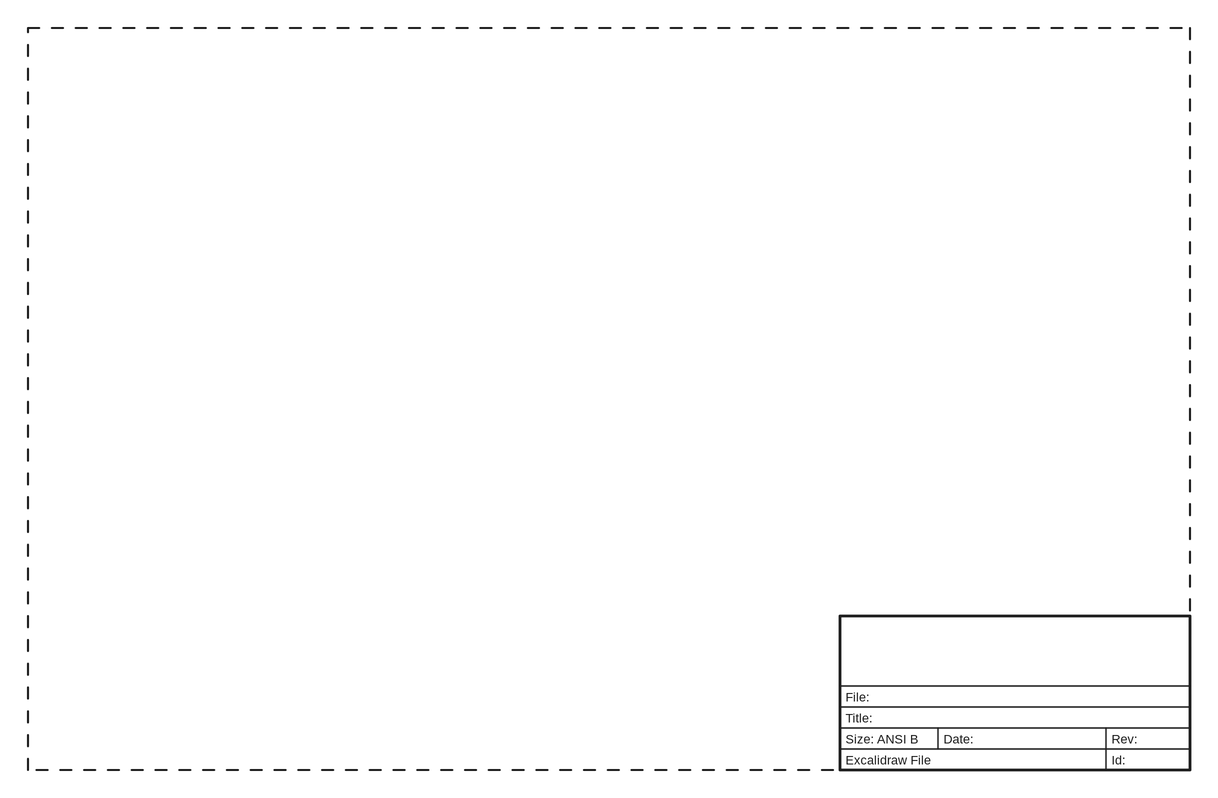
Earlier version of the Excalidraw export resources/architecture.excalidraw.svg (shreypatel1/stinger-software). Source tidied: one line per element, renumbered; positions are measured from the earlier drawing's top-left corner, leaving out a move shared by most shapes.
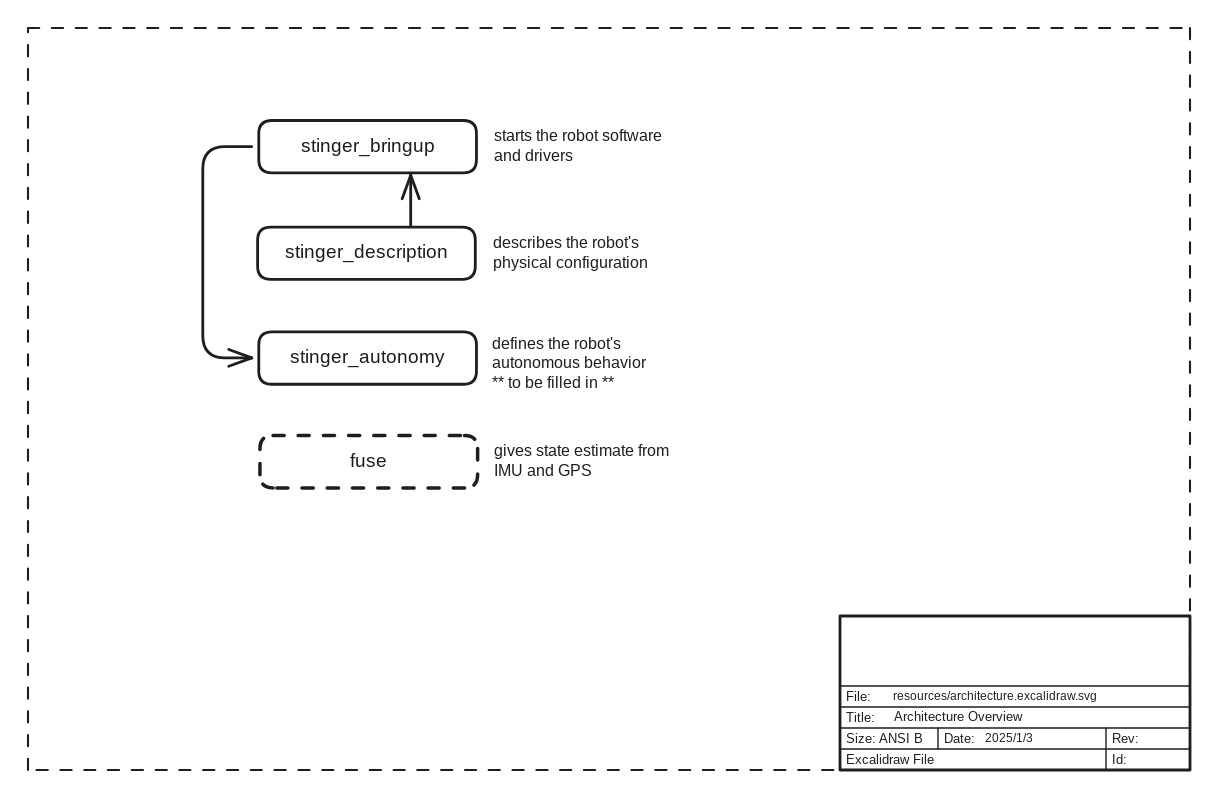
The same file after the commit.

The edit, as a diff of the source:
```diff
@@ -1,16 +1,33 @@
 {"id": 0, "type": "rectangle", "strokeColor": "transparent", "backgroundColor": "#ffffff", "fillStyle": "solid", "strokeWidth": 1, "roughness": 0, "x": 0, "y": 0, "width": 850, "height": 550}
 {"id": 1, "type": "rectangle", "strokeColor": "#1e1e1e", "backgroundColor": "#ffffff", "fillStyle": "solid", "strokeWidth": 1, "strokeStyle": "dashed", "roughness": 0, "x": 10, "y": 10, "width": 830, "height": 530}
 {"id": 2, "type": "rectangle", "strokeColor": "#1e1e1e", "backgroundColor": "#ffffff", "fillStyle": "solid", "strokeWidth": 2, "roughness": 0, "x": 590, "y": 430, "width": 250, "height": 110}
-{"id": 3, "type": "line", "strokeColor": "#1e1e1e", "backgroundColor": "#ffffff", "fillStyle": "solid", "strokeWidth": 1, "roughness": 0, "x": 590, "y": 480, "width": 250, "height": 1, "points": [[0, 0], [250, 0]]}
+{"id": 3, "type": "line", "strokeColor": "#1e1e1e", "backgroundColor": "#ffffff", "fillStyle": "solid", "strokeWidth": 1, "roughness": 0, "x": 590, "y": 480, "width": 250, "height": 0, "points": [[0, 0], [250, 0]]}
-{"id": 4, "type": "line", "strokeColor": "#1e1e1e", "backgroundColor": "#ffffff", "fillStyle": "solid", "strokeWidth": 1, "roughness": 0, "x": 590, "y": 495, "width": 250, "height": 1, "points": [[0, 0], [250, 0]]}
+{"id": 4, "type": "line", "strokeColor": "#1e1e1e", "backgroundColor": "#ffffff", "fillStyle": "solid", "strokeWidth": 1, "roughness": 0, "x": 590, "y": 495, "width": 250, "height": 0, "points": [[0, 0], [250, 0]]}
 {"id": 5, "type": "line", "strokeColor": "#1e1e1e", "backgroundColor": "#ffffff", "fillStyle": "solid", "strokeWidth": 1, "roughness": 0, "x": 590, "y": 510, "width": 250, "height": 0, "points": [[0, 0], [250, 0]]}
 {"id": 6, "type": "line", "strokeColor": "#1e1e1e", "backgroundColor": "#ffffff", "fillStyle": "solid", "strokeWidth": 1, "roughness": 0, "x": 590, "y": 525, "width": 250, "height": 0, "points": [[0, 0], [250, 0]]}
 {"id": 7, "type": "text", "text": "File:", "strokeColor": "#1e1e1e", "backgroundColor": "#ffffff", "fillStyle": "solid", "strokeWidth": 1, "roughness": 0, "fontSize": 9, "fontFamily": 6, "x": 594, "y": 482, "width": 21, "height": 12}
 {"id": 8, "type": "text", "text": "Title:", "strokeColor": "#1e1e1e", "backgroundColor": "#ffffff", "fillStyle": "solid", "strokeWidth": 1, "roughness": 0, "fontSize": 9, "fontFamily": 6, "x": 594, "y": 497, "width": 21, "height": 12}
 {"id": 9, "type": "text", "text": "Size: ANSI B", "strokeColor": "#1e1e1e", "backgroundColor": "#ffffff", "fillStyle": "solid", "strokeWidth": 1, "roughness": 0, "fontSize": 9, "fontFamily": 6, "x": 594, "y": 512, "width": 53, "height": 12}
 {"id": 10, "type": "text", "text": "Excalidraw File", "strokeColor": "#1e1e1e", "backgroundColor": "#ffffff", "fillStyle": "solid", "strokeWidth": 1, "roughness": 0, "fontSize": 9, "fontFamily": 6, "x": 594, "y": 527, "width": 110, "height": 12}
-{"id": 11, "type": "line", "strokeColor": "#1e1e1e", "backgroundColor": "#ffffff", "fillStyle": "solid", "strokeWidth": 1, "roughness": 0, "x": 660, "y": 510, "width": 1, "height": 15, "points": [[0, 0], [0, 15]]}
+{"id": 11, "type": "line", "strokeColor": "#1e1e1e", "backgroundColor": "#ffffff", "fillStyle": "solid", "strokeWidth": 1, "roughness": 0, "x": 660, "y": 510, "width": 0, "height": 15, "points": [[0, 0], [0, 15]]}
-{"id": 12, "type": "line", "strokeColor": "#1e1e1e", "backgroundColor": "#ffffff", "fillStyle": "solid", "strokeWidth": 1, "roughness": 0, "x": 780, "y": 510, "width": 1, "height": 30, "points": [[0, 0], [0, 30]]}
+{"id": 12, "type": "line", "strokeColor": "#1e1e1e", "backgroundColor": "#ffffff", "fillStyle": "solid", "strokeWidth": 1, "roughness": 0, "x": 780, "y": 510, "width": 0, "height": 30, "points": [[0, 0], [0, 30]]}
 {"id": 13, "type": "text", "text": "Date:", "strokeColor": "#1e1e1e", "backgroundColor": "#ffffff", "fillStyle": "solid", "strokeWidth": 1, "roughness": 0, "fontSize": 9, "fontFamily": 6, "x": 664, "y": 512, "width": 77, "height": 12}
 {"id": 14, "type": "text", "text": "Rev:", "strokeColor": "#1e1e1e", "backgroundColor": "#ffffff", "fillStyle": "solid", "strokeWidth": 1, "roughness": 0, "fontSize": 9, "fontFamily": 6, "x": 784, "y": 512, "width": 18, "height": 12}
 {"id": 15, "type": "text", "text": "Id:", "strokeColor": "#1e1e1e", "backgroundColor": "#ffffff", "fillStyle": "solid", "strokeWidth": 1, "roughness": 0, "fontSize": 9, "fontFamily": 6, "x": 784, "y": 527, "width": 18, "height": 12}
+{"id": 16, "type": "text", "text": "Architecture Overview", "strokeColor": "#1e1e1e", "strokeWidth": 2, "roughness": 1, "fontSize": 9.22, "fontFamily": 8, "x": 628, "y": 497, "width": 107, "height": 12}
+{"id": 17, "type": "text", "text": "resources/architecture.excalidraw.svg", "strokeColor": "#1e1e1e", "strokeWidth": 2, "roughness": 1, "fontSize": 8.73, "fontFamily": 8, "x": 628, "y": 483, "width": 177, "height": 11}
+{"id": 18, "type": "text", "text": "2025/1/3", "strokeColor": "#1e1e1e", "strokeWidth": 2, "roughness": 1, "fontSize": 8.62, "fontFamily": 8, "x": 694, "y": 512, "width": 38, "height": 11}
+{"id": 19, "type": "rectangle", "strokeColor": "#1e1e1e", "strokeWidth": 2, "roughness": 0, "round": true, "x": 175, "y": 76, "width": 155, "height": 37}
+{"id": 20, "type": "text", "text": "stinger_bringup", "strokeColor": "#1e1e1e", "strokeWidth": 2, "roughness": 0, "fontSize": 13.85, "fontFamily": 8, "textAlign": "center", "verticalAlign": "middle", "inside": 19, "x": 195, "y": 86, "width": 114, "height": 17}
+{"id": 21, "type": "rectangle", "strokeColor": "#1e1e1e", "strokeWidth": 2, "roughness": 0, "round": true, "x": 174, "y": 152, "width": 155, "height": 37}
+{"id": 22, "type": "text", "text": "stinger_description", "strokeColor": "#1e1e1e", "strokeWidth": 2, "roughness": 0, "fontSize": 13.85, "fontFamily": 8, "textAlign": "center", "verticalAlign": "middle", "inside": 21, "x": 179, "y": 162, "width": 145, "height": 17}
+{"id": 23, "type": "rectangle", "strokeColor": "#1e1e1e", "strokeWidth": 2, "roughness": 0, "round": true, "x": 175, "y": 227, "width": 155, "height": 37}
+{"id": 24, "type": "text", "text": "stinger_autonomy", "strokeColor": "#1e1e1e", "strokeWidth": 2, "roughness": 0, "fontSize": 13.85, "fontFamily": 8, "textAlign": "center", "verticalAlign": "middle", "inside": 23, "x": 191, "y": 237, "width": 122, "height": 17}
+{"id": 25, "type": "arrow", "strokeColor": "#1e1e1e", "strokeWidth": 2, "roughness": 0, "endArrowhead": "arrow", "round": true, "from": 21, "to": 19, "x": 283, "y": 151, "width": 0, "height": 36, "points": [[0, 0], [0, -36]]}
+{"id": 26, "type": "arrow", "strokeColor": "#1e1e1e", "strokeWidth": 2, "roughness": 0, "endArrowhead": "arrow", "from": 19, "to": 23, "x": 170, "y": 95, "width": 35, "height": 151, "points": [[0, 0], [-35, 0], [-35, 151], [0, 151]]}
+{"id": 27, "type": "text", "text": "starts the robot software\nand drivers", "strokeColor": "#1e1e1e", "strokeWidth": 2, "roughness": 0, "fontSize": 11.34, "fontFamily": 8, "x": 343, "y": 81, "width": 156, "height": 28}
+{"id": 28, "type": "text", "text": "describes the robot's \nphysical configuration", "strokeColor": "#1e1e1e", "strokeWidth": 2, "roughness": 0, "fontSize": 11.34, "fontFamily": 8, "x": 342, "y": 157, "width": 137, "height": 28}
+{"id": 29, "type": "text", "text": "defines the robot's\nautonomous behavior\n** to be filled in **", "strokeColor": "#1e1e1e", "strokeWidth": 2, "roughness": 0, "fontSize": 11.34, "fontFamily": 8, "x": 341, "y": 229, "width": 131, "height": 43}
+{"id": 30, "type": "rectangle", "strokeColor": "#1e1e1e", "strokeWidth": 2, "strokeStyle": "dashed", "roughness": 0, "round": true, "x": 176, "y": 301, "width": 155, "height": 37}
+{"id": 31, "type": "text", "text": "fuse", "strokeColor": "#1e1e1e", "strokeWidth": 2, "strokeStyle": "dashed", "roughness": 0, "fontSize": 13.85, "fontFamily": 8, "textAlign": "center", "verticalAlign": "middle", "inside": 30, "x": 238, "y": 311, "width": 31, "height": 17}
+{"id": 32, "type": "text", "text": "gives state estimate from \nIMU and GPS", "strokeColor": "#1e1e1e", "strokeWidth": 2, "roughness": 0, "fontSize": 11.34, "fontFamily": 8, "x": 343, "y": 306, "width": 162, "height": 28}
```
